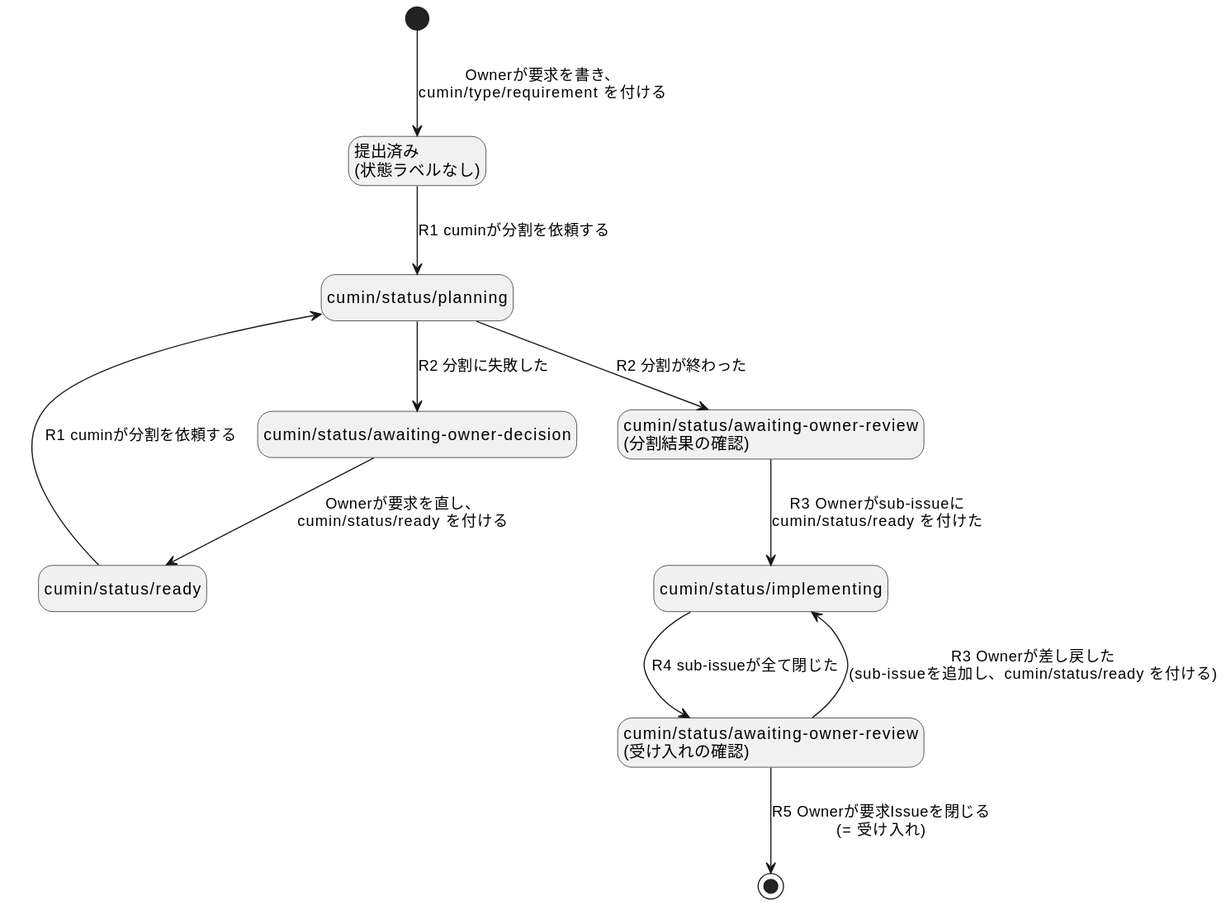
Earlier version of the PlantUML export docs/ja/requirements/workflow/requirement-issue-states.svg (cloveclovedev/cumin-works).
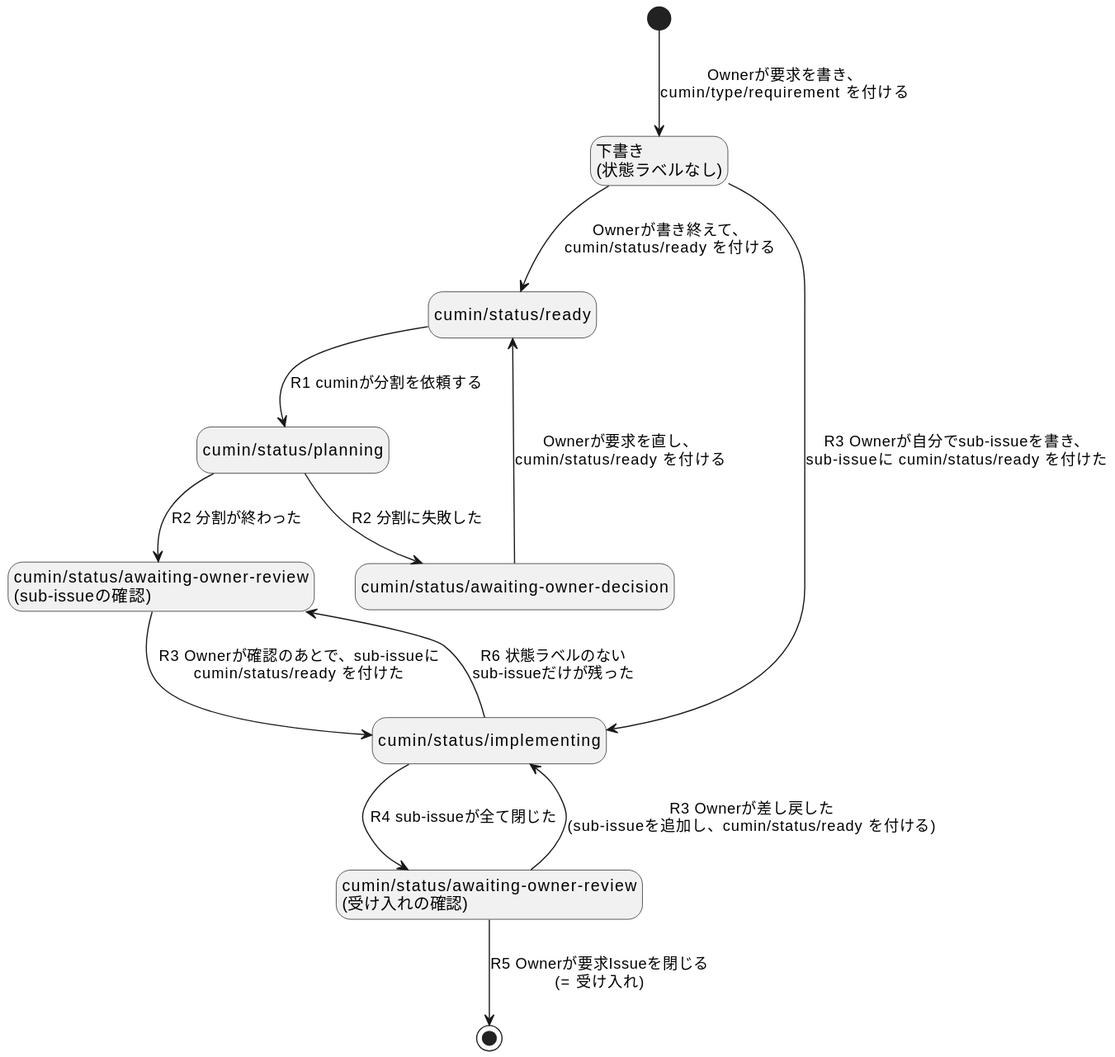
Later version of the same file.

Diff of the diagram source:
```diff
@@ -2,22 +2,24 @@
 
 hide empty description
 
-state "提出済み\n(状態ラベルなし)" as Submitted
+state "下書き\n(状態ラベルなし)" as Draft
 state "cumin/status/ready" as Ready
 state "cumin/status/planning" as Planning
-state "cumin/status/awaiting-owner-review\n(分割結果の確認)" as PlanReview
+state "cumin/status/awaiting-owner-review\n(sub-issueの確認)" as PlanReview
 state "cumin/status/implementing" as Implementing
 state "cumin/status/awaiting-owner-review\n(受け入れの確認)" as Acceptance
 state "cumin/status/awaiting-owner-decision" as Decision
 
-[*] --> Submitted : Ownerが要求を書き、\ncumin/type/requirement を付ける
-Submitted --> Planning : R1 cuminが分割を依頼する
+[*] --> Draft : Ownerが要求を書き、\ncumin/type/requirement を付ける
+Draft --> Ready : Ownerが書き終えて、\ncumin/status/ready を付ける
+Draft --> Implementing : R3 Ownerが自分でsub-issueを書き、\nsub-issueに cumin/status/ready を付けた
 Planning --> PlanReview : R2 分割が終わった
 Planning --> Decision : R2 分割に失敗した
 Decision --> Ready : Ownerが要求を直し、\ncumin/status/ready を付ける
 Ready --> Planning : R1 cuminが分割を依頼する
-PlanReview --> Implementing : R3 Ownerがsub-issueに\ncumin/status/ready を付けた
+PlanReview --> Implementing : R3 Ownerが確認のあとで、sub-issueに\ncumin/status/ready を付けた
 Implementing --> Acceptance : R4 sub-issueが全て閉じた
+Implementing --> PlanReview : R6 状態ラベルのない\nsub-issueだけが残った
 Acceptance --> Implementing : R3 Ownerが差し戻した\n(sub-issueを追加し、cumin/status/ready を付ける)
 Acceptance --> [*] : R5 Ownerが要求Issueを閉じる\n(= 受け入れ)
 @enduml
```
